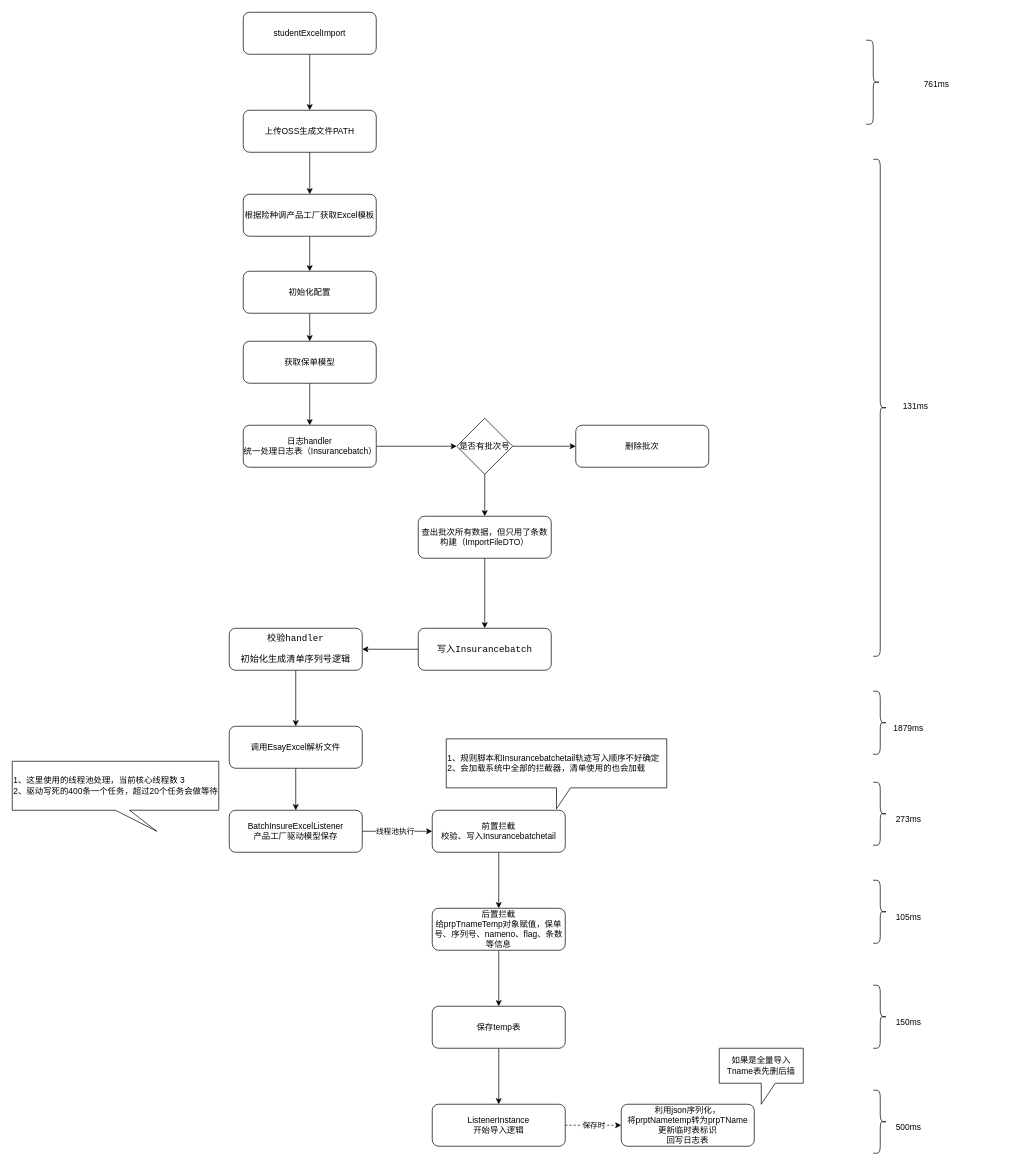
This is page "第 1 页" (1 of 3) of 1701清单上传流程图.drawio from java-zengguang/images, a draw.io file, before an edit. Source tidied: cells renumbered, new cells numbered last; positions are measured from the earlier drawing's top-left corner, leaving out a move shared by most shapes. Both pictures are drawn from the tidied source at 70%, with x=0, y=0 at pixel (12, 12).
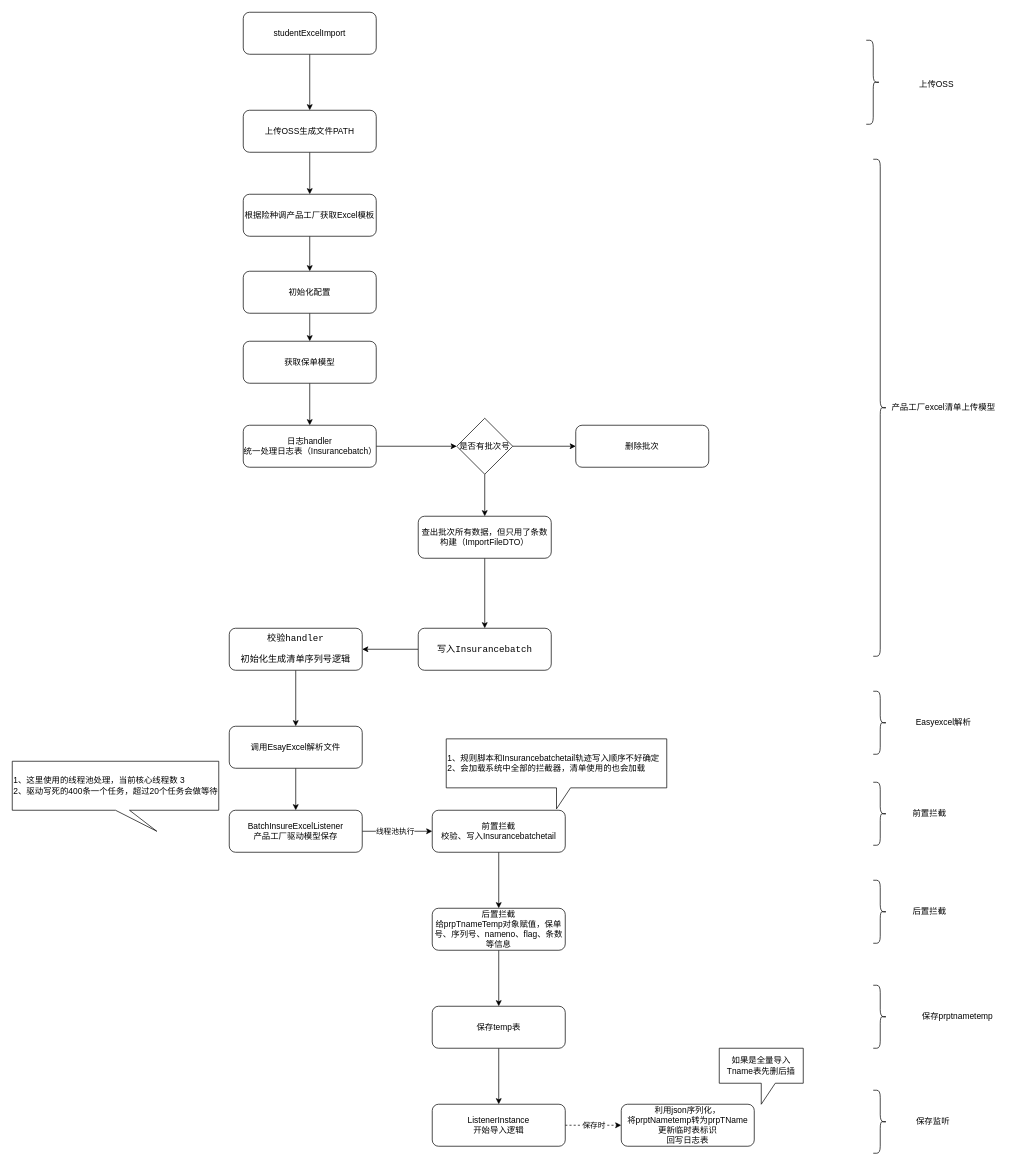
The same page after the edit.

What changed in the source:
```diff
@@
-    <mxCell id="40" value="761ms" style="text;html=1;align=center;verticalAlign=middle;strokeColor=none;fillColor=none;" parent="1" vertex="1">
-      <mxGeometry x="1290" y="88" width="60" height="30" as="geometry" />
+    <mxCell id="40" value="上传OSS" style="text;html=1;align=center;verticalAlign=middle;strokeColor=none;fillColor=none;" parent="1" vertex="1">
+      <mxGeometry x="1285" y="88" width="70" height="30" as="geometry" />
     </mxCell>
@@
-    <mxCell id="42" value="131ms" style="text;html=1;align=center;verticalAlign=middle;strokeColor=none;fillColor=none;" parent="1" vertex="1">
-      <mxGeometry x="1260" y="548" width="60" height="30" as="geometry" />
+    <mxCell id="42" value="产品工厂excel清单上传模型" style="text;html=1;align=center;verticalAlign=middle;strokeColor=none;fillColor=none;" parent="1" vertex="1">
+      <mxGeometry x="1245" y="550" width="170" height="30" as="geometry" />
     </mxCell>
@@
-    <mxCell id="44" value="1879ms" style="text;html=1;align=center;verticalAlign=middle;strokeColor=none;fillColor=none;" parent="1" vertex="1">
-      <mxGeometry x="1245" y="1008" width="70" height="30" as="geometry" />
+    <mxCell id="44" value="Easyexcel解析" style="text;html=1;align=center;verticalAlign=middle;strokeColor=none;fillColor=none;" parent="1" vertex="1">
+      <mxGeometry x="1280" y="1000" width="100" height="30" as="geometry" />
     </mxCell>
@@
-    <mxCell id="46" value="273ms" style="text;html=1;align=center;verticalAlign=middle;strokeColor=none;fillColor=none;" parent="1" vertex="1">
-      <mxGeometry x="1250" y="1138" width="60" height="30" as="geometry" />
+    <mxCell id="46" value="前置拦截" style="text;html=1;align=center;verticalAlign=middle;strokeColor=none;fillColor=none;" parent="1" vertex="1">
+      <mxGeometry x="1275" y="1130" width="70" height="30" as="geometry" />
     </mxCell>
@@
-    <mxCell id="48" value="105ms" style="text;html=1;align=center;verticalAlign=middle;strokeColor=none;fillColor=none;" parent="1" vertex="1">
-      <mxGeometry x="1250" y="1278" width="60" height="30" as="geometry" />
+    <mxCell id="48" value="后置拦截" style="text;html=1;align=center;verticalAlign=middle;strokeColor=none;fillColor=none;" parent="1" vertex="1">
+      <mxGeometry x="1275" y="1270" width="70" height="30" as="geometry" />
     </mxCell>
@@
-    <mxCell id="52" value="150ms" style="text;html=1;align=center;verticalAlign=middle;strokeColor=none;fillColor=none;" parent="1" vertex="1">
-      <mxGeometry x="1250" y="1428" width="60" height="30" as="geometry" />
+    <mxCell id="52" value="保存prptnametemp" style="text;html=1;align=center;verticalAlign=middle;strokeColor=none;fillColor=none;" parent="1" vertex="1">
+      <mxGeometry x="1290" y="1420" width="120" height="30" as="geometry" />
     </mxCell>
@@
-    <mxCell id="54" value="500ms" style="text;html=1;align=center;verticalAlign=middle;strokeColor=none;fillColor=none;" parent="1" vertex="1">
-      <mxGeometry x="1250" y="1578" width="60" height="30" as="geometry" />
+    <mxCell id="54" value="保存监听" style="text;html=1;align=center;verticalAlign=middle;strokeColor=none;fillColor=none;" parent="1" vertex="1">
+      <mxGeometry x="1280" y="1570" width="70" height="30" as="geometry" />
     </mxCell>
```
